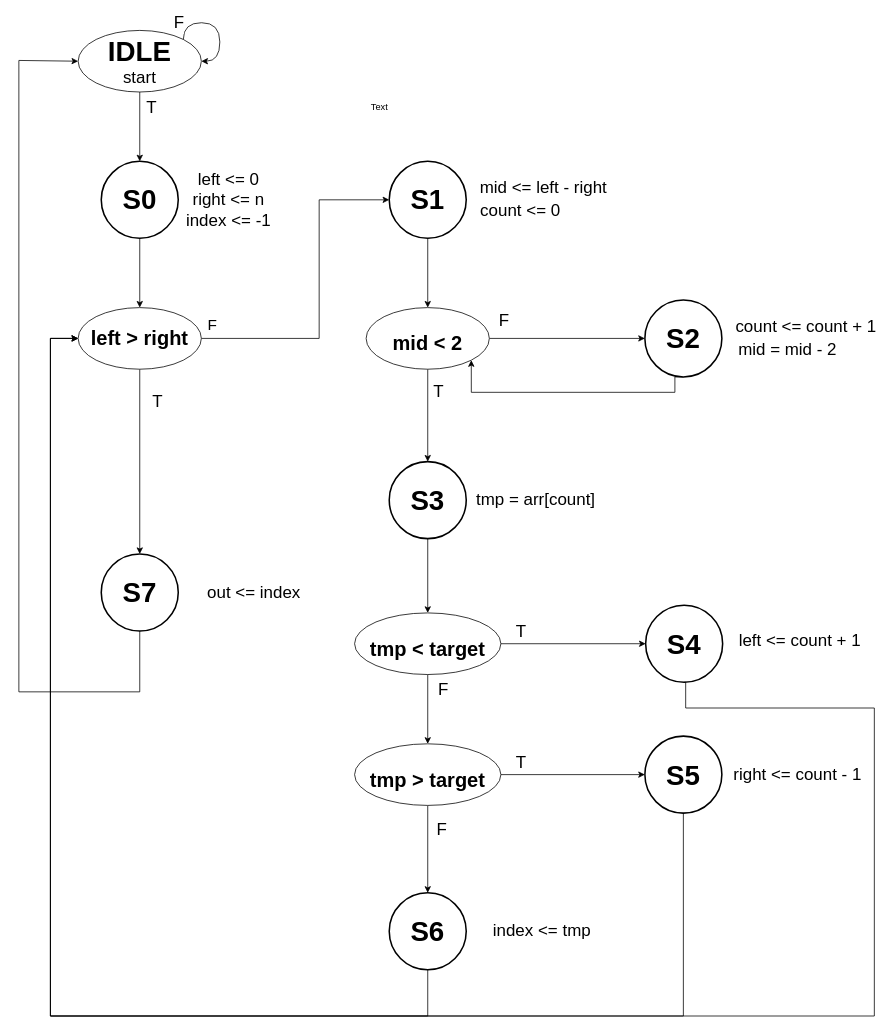
This is Integrated Circuits/Project 8/FSMD/Homework 8-simplified.drawio from liakoyras/school-projects, a draw.io file, before an edit. Source tidied: cells renumbered, new cells numbered last; positions are measured from the earlier drawing's top-left corner, leaving out a move shared by most shapes. Both pictures are drawn from the tidied source at 77%, with x=0, y=0 at pixel (18, 22).
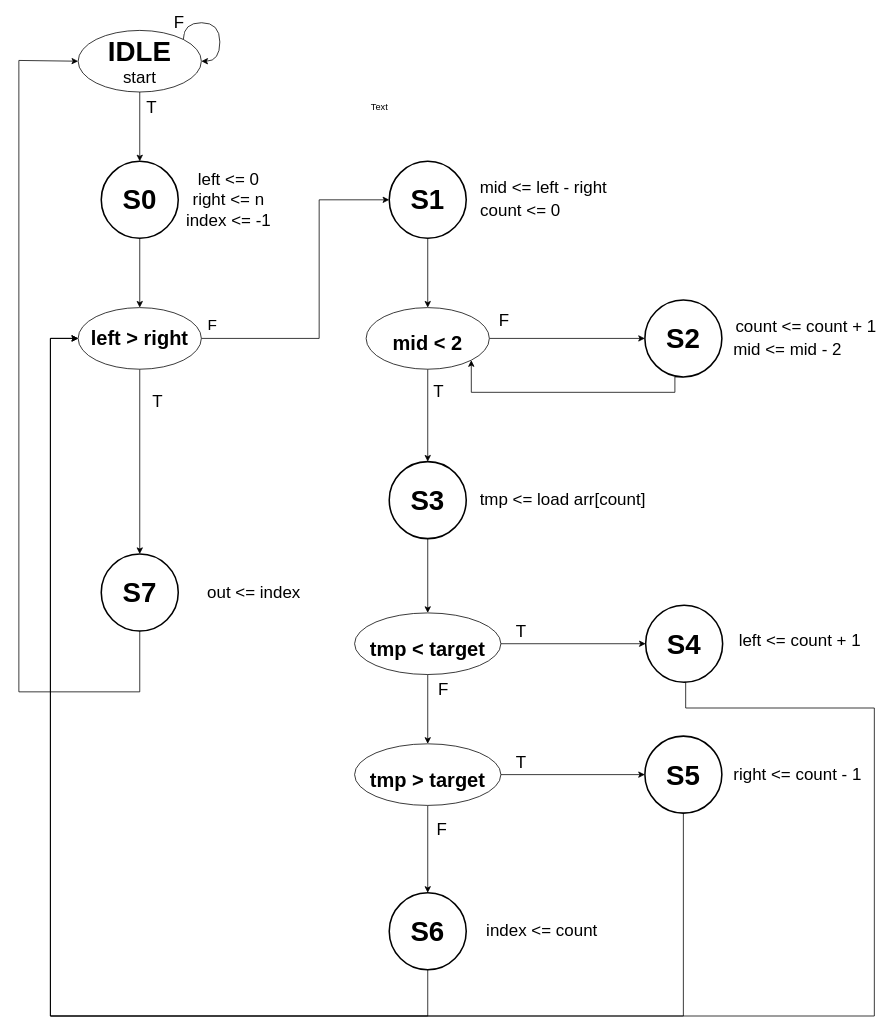
After the change.

Unchanged cells that the change refers to:
```xml
<mxCell id="27" style="group;" parent="1" vertex="1">
  <mxGeometry x="481" y="1130" width="287.5" height="100" as="geometry" />
</mxCell>
<mxCell id="56" style="group;" parent="1" vertex="1">
  <mxGeometry x="813" y="360" width="309" height="100" as="geometry" />
</mxCell>
```

Change to the diagram source:
```diff
@@
     <mxCell id="13" style="group;" parent="1" vertex="1">
-      <mxGeometry x="481" y="570" width="266" height="100" as="geometry" />
+      <mxGeometry x="481" y="570" width="325" height="100" as="geometry" />
     </mxCell>
-    <mxCell id="14" value="&lt;font style=&quot;font-size: 22px&quot;&gt;tmp = arr[count]&lt;/font&gt;" style="text;html=1;align=center;verticalAlign=middle;" parent="13" vertex="1">
-      <mxGeometry x="104.5" y="40" width="170" height="20" as="geometry" />
+    <mxCell id="14" value="&lt;font style=&quot;font-size: 22px&quot;&gt;tmp &amp;lt;= load arr[count]&lt;/font&gt;" style="text;html=1;align=center;verticalAlign=middle;" parent="13" vertex="1">
+      <mxGeometry x="110" y="40" width="230" height="20" as="geometry" />
     </mxCell>
@@
-    <mxCell id="28" value="&lt;font style=&quot;font-size: 22px&quot;&gt;index &amp;lt;= tmp&lt;br&gt;&lt;/font&gt;" style="text;html=1;align=center;verticalAlign=middle;" parent="27" vertex="1">
-      <mxGeometry x="127.5" y="40" width="140" height="20" as="geometry" />
+    <mxCell id="28" value="&lt;font style=&quot;font-size: 22px&quot;&gt;index &amp;lt;= count&lt;br&gt;&lt;/font&gt;" style="text;html=1;align=center;verticalAlign=middle;" parent="27" vertex="1">
+      <mxGeometry x="117.5" y="40" width="160" height="20" as="geometry" />
     </mxCell>
@@
-    <mxCell id="61" value="&lt;font style=&quot;font-size: 22px&quot;&gt;&lt;font style=&quot;font-size: 22px&quot;&gt;mid = mid - 2&lt;/font&gt;&lt;br&gt;&lt;/font&gt;" style="text;html=1;align=center;verticalAlign=middle;" parent="56" vertex="1">
-      <mxGeometry x="114.5" y="55" width="140" height="20" as="geometry" />
+    <mxCell id="61" value="&lt;font style=&quot;font-size: 22px&quot;&gt;&lt;font style=&quot;font-size: 22px&quot;&gt;mid &amp;lt;= mid - 2&lt;/font&gt;&lt;br&gt;&lt;/font&gt;" style="text;html=1;align=center;verticalAlign=middle;" parent="56" vertex="1">
+      <mxGeometry x="104.5" y="55" width="160" height="20" as="geometry" />
     </mxCell>
```
